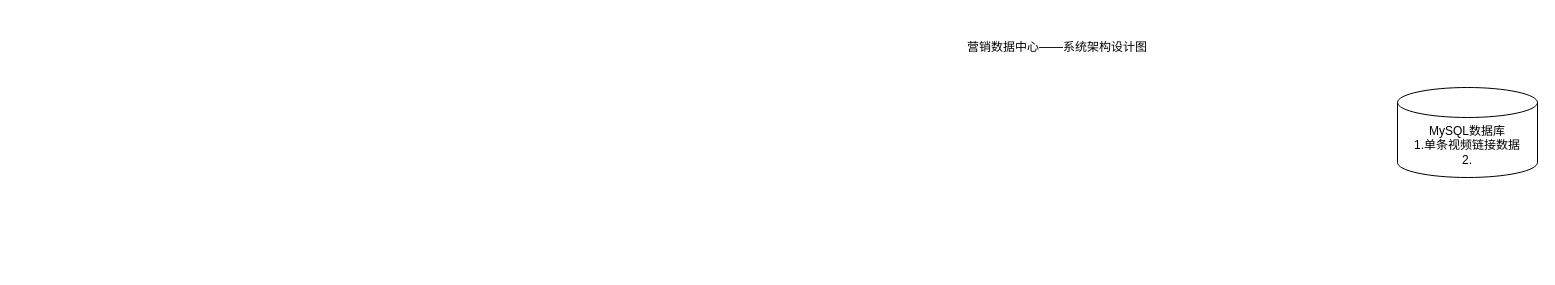
Before: 营销数据中心.drawio in jensen1404ai-bit/Draw.io, a draw.io diagram. Source tidied: cells renumbered, new cells numbered last; positions are measured from the earlier drawing's top-left corner, leaving out a move shared by most shapes. Both pictures are drawn from the tidied source at 100%, with x=0, y=0 at pixel (957, 27).
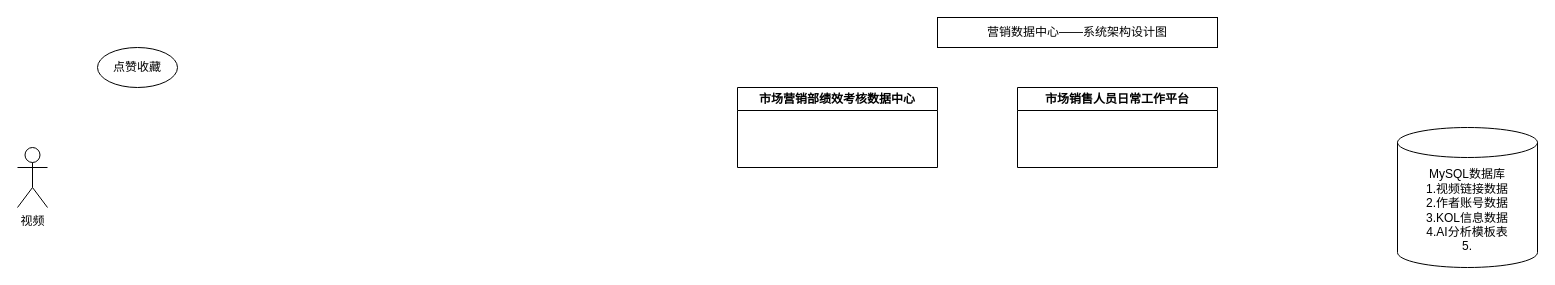
The same diagram, later.

Commit message:
更新营销数据中心.drawio

The edit, as a diff of the source:
```diff
@@
 <mxGraphModel>
   <root>
     <mxCell id="0" />
     <mxCell id="1" parent="0" />
+    <mxCell id="3" value="MySQL数据库&lt;br&gt;1.视频链接数据&lt;br&gt;2.作者账号数据&lt;br&gt;3.KOL信息数据&lt;br&gt;4.AI分析模板表&lt;br&gt;5." style="shape=cylinder3;whiteSpace=wrap;html=1;boundedLbl=1;backgroundOutline=1;size=15;" parent="1" vertex="1">
+      <mxGeometry x="440" y="100" width="140" height="140" as="geometry" />
+    </mxCell>
-    <mxCell id="2" value="营销数据中心——系统架构设计图" style="text;html=1;whiteSpace=wrap;strokeColor=none;fillColor=none;align=center;verticalAlign=middle;rounded=0;" parent="1" vertex="1">
-      <mxGeometry width="200" height="40" as="geometry" />
+    <mxCell id="2" value="营销数据中心——系统架构设计图" style="rounded=0;whiteSpace=wrap;html=1;" parent="1" vertex="1">
+      <mxGeometry x="-20" y="-10" width="280" height="30" as="geometry" />
     </mxCell>
-    <mxCell id="3" value="MySQL数据库&lt;br&gt;1.单条视频链接数据&lt;br&gt;2." style="shape=cylinder3;whiteSpace=wrap;html=1;boundedLbl=1;backgroundOutline=1;size=15;" parent="1" vertex="1">
-      <mxGeometry x="440" y="60" width="140" height="90" as="geometry" />
-    </mxCell>
+    <mxCell id="4" value="市场销售人员日常工作平台" style="swimlane;whiteSpace=wrap;html=1;" parent="1" vertex="1">
+      <mxGeometry x="60" y="60" width="200" height="80" as="geometry" />
+    </mxCell>
+    <mxCell id="5" value="市场营销部绩效考核数据中心" style="swimlane;whiteSpace=wrap;html=1;" parent="1" vertex="1">
+      <mxGeometry x="-220" y="60" width="200" height="80" as="geometry" />
+    </mxCell>
+    <mxCell id="6" value="视频" style="shape=umlActor;verticalLabelPosition=bottom;verticalAlign=top;html=1;" parent="1" vertex="1">
+      <mxGeometry x="-940" y="120" width="30" height="60" as="geometry" />
+    </mxCell>
+    <mxCell id="7" value="点赞收藏" style="ellipse;whiteSpace=wrap;html=1;" parent="1" vertex="1">
+      <mxGeometry x="-860" y="20" width="80" height="40" as="geometry" />
+    </mxCell>
   </root>
 </mxGraphModel>
```
